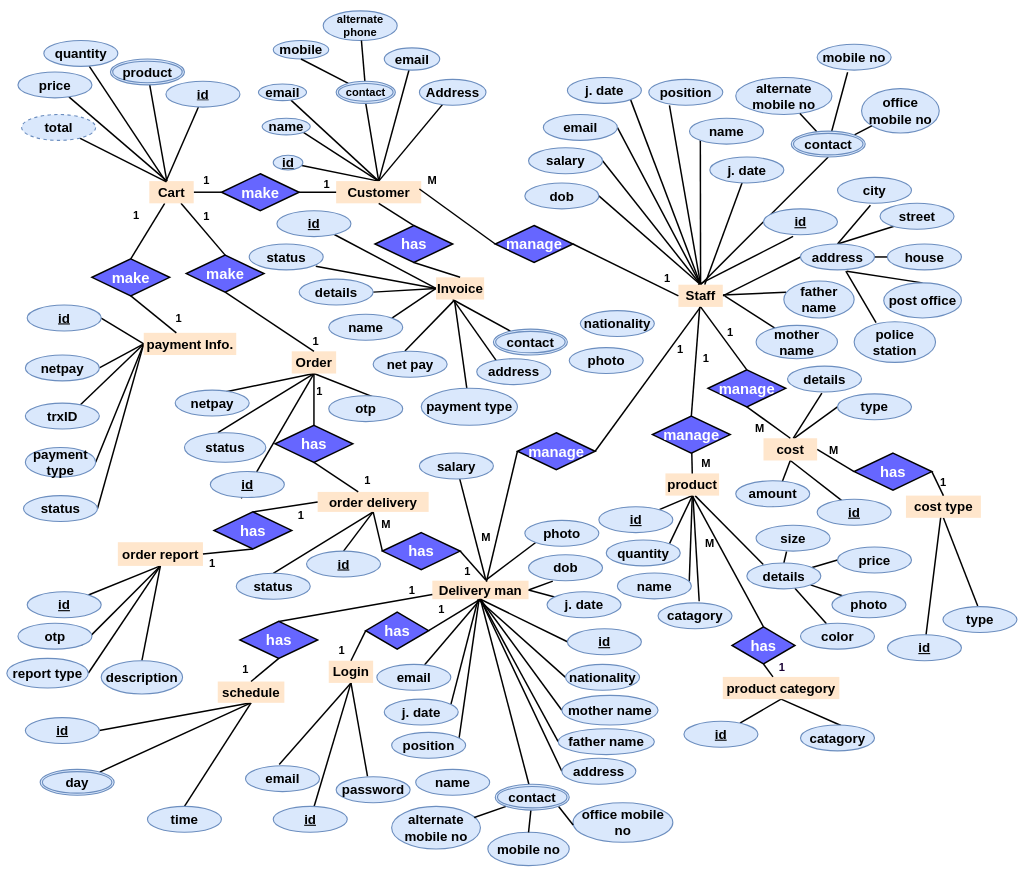
Earlier version of the draw.io diagram erd of update sms.drawio (prashanta1542/default). Source tidied: cells renumbered, new cells numbered last; positions are measured from the earlier drawing's top-left corner, leaving out a move shared by most shapes. Both pictures are drawn from the tidied source at 37%, with x=0, y=0 at pixel (7, 11).
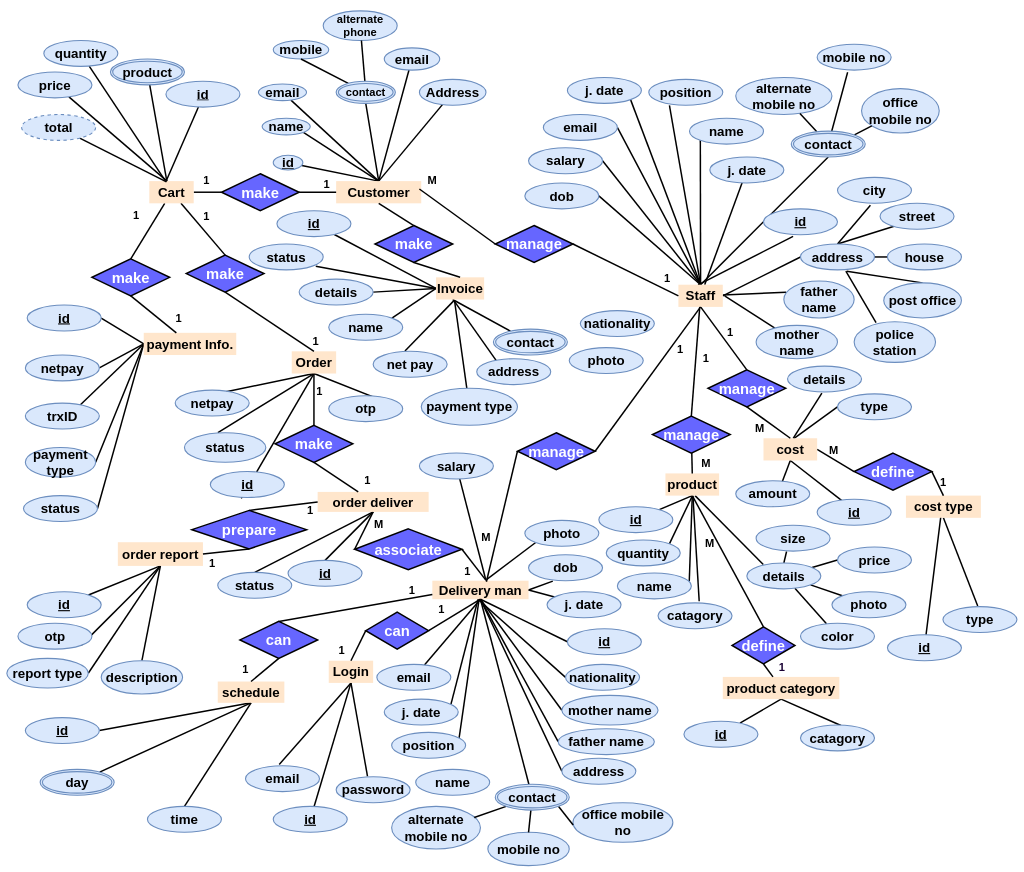
The same page after the edit.

What changed in the source:
```diff
@@
-    <mxCell id="94" value="&lt;h1&gt;&lt;font style=&quot;font-size: 36px;&quot;&gt;order delivery&lt;/font&gt;&lt;/h1&gt;" style="rounded=0;whiteSpace=wrap;html=1;strokeWidth=3;fillColor=#ffe6cc;strokeColor=none;" parent="1" vertex="1">
+    <mxCell id="94" value="&lt;h1&gt;&lt;font style=&quot;font-size: 36px;&quot;&gt;order deliver&lt;/font&gt;&lt;/h1&gt;" style="rounded=0;whiteSpace=wrap;html=1;strokeWidth=3;fillColor=#ffe6cc;strokeColor=none;" parent="1" vertex="1">
       <mxGeometry x="840" y="1300" width="300" height="54" as="geometry" />
     </mxCell>
@@
     <mxCell id="99" value="&lt;h1 style=&quot;font-size: 36px;&quot;&gt;&lt;u style=&quot;font-size: 36px;&quot;&gt;id&lt;/u&gt;&lt;/h1&gt;" style="ellipse;whiteSpace=wrap;html=1;rounded=0;strokeColor=#6c8ebf;strokeWidth=3;fontFamily=Helvetica;fontSize=36;fillColor=#dae8fc;" parent="1" vertex="1">
-      <mxGeometry x="810" y="1460" width="200" height="70" as="geometry" />
+      <mxGeometry x="760" y="1485" width="200" height="70" as="geometry" />
     </mxCell>
     <mxCell id="100" value="&lt;h1 style=&quot;font-size: 36px;&quot;&gt;status&lt;/h1&gt;" style="ellipse;whiteSpace=wrap;html=1;rounded=0;strokeColor=#6c8ebf;strokeWidth=3;fontFamily=Helvetica;fontSize=36;fillColor=#dae8fc;" parent="1" vertex="1">
-      <mxGeometry x="620" y="1520" width="200" height="70" as="geometry" />
+      <mxGeometry x="570" y="1517.5" width="200" height="70" as="geometry" />
     </mxCell>
@@
-    <mxCell id="249" value="&lt;span style=&quot;font-size: 40px;&quot;&gt;&lt;b&gt;has&lt;/b&gt;&lt;/span&gt;" style="rhombus;whiteSpace=wrap;html=1;strokeWidth=4;labelBackgroundColor=none;endArrow=none;fontSize=11;rounded=0;endFill=0;fillColor=#6666FF;fontColor=#FFFFFF;" parent="1" vertex="1">
+    <mxCell id="249" value="&lt;span style=&quot;font-size: 40px;&quot;&gt;&lt;b&gt;make&lt;/b&gt;&lt;/span&gt;" style="rhombus;whiteSpace=wrap;html=1;strokeWidth=4;labelBackgroundColor=none;endArrow=none;fontSize=11;rounded=0;endFill=0;fillColor=#6666FF;fontColor=#FFFFFF;" parent="1" vertex="1">
       <mxGeometry x="725" y="1120" width="210" height="100" as="geometry" />
     </mxCell>
@@
-    <mxCell id="258" value="&lt;font style=&quot;font-size: 40px;&quot;&gt;&lt;b&gt;has&lt;/b&gt;&lt;/font&gt;" style="rhombus;whiteSpace=wrap;html=1;strokeWidth=4;labelBackgroundColor=none;endArrow=none;fontSize=11;rounded=0;endFill=0;fillColor=#6666FF;fontColor=#FFFFFF;" parent="1" vertex="1">
-      <mxGeometry x="560" y="1354" width="210" height="100" as="geometry" />
+    <mxCell id="258" value="&lt;font style=&quot;font-size: 40px;&quot;&gt;&lt;b&gt;prepare&lt;/b&gt;&lt;/font&gt;" style="rhombus;whiteSpace=wrap;html=1;strokeWidth=4;labelBackgroundColor=none;endArrow=none;fontSize=11;rounded=0;endFill=0;fillColor=#6666FF;fontColor=#FFFFFF;" parent="1" vertex="1">
+      <mxGeometry x="500" y="1350" width="310" height="104" as="geometry" />
     </mxCell>
     <mxCell id="259" value="&lt;h1&gt;&lt;font style=&quot;font-size: 30px;&quot;&gt;1&lt;/font&gt;&lt;/h1&gt;" style="text;html=1;strokeColor=none;fillColor=none;align=center;verticalAlign=middle;whiteSpace=wrap;rounded=0;" parent="1" vertex="1">
-      <mxGeometry x="760" y="1315" width="70" height="95" as="geometry" />
+      <mxGeometry x="785" y="1300" width="70" height="95" as="geometry" />
     </mxCell>
@@
-    <mxCell id="263" value="&lt;font style=&quot;font-size: 40px;&quot;&gt;&lt;b&gt;has&lt;/b&gt;&lt;/font&gt;" style="rhombus;whiteSpace=wrap;html=1;strokeWidth=4;labelBackgroundColor=none;endArrow=none;fontSize=11;rounded=0;endFill=0;fillColor=#6666FF;fontColor=#FFFFFF;" parent="1" vertex="1">
+    <mxCell id="263" value="&lt;font style=&quot;font-size: 40px;&quot;&gt;&lt;b&gt;can&lt;/b&gt;&lt;/font&gt;" style="rhombus;whiteSpace=wrap;html=1;strokeWidth=4;labelBackgroundColor=none;endArrow=none;fontSize=11;rounded=0;endFill=0;fillColor=#6666FF;fontColor=#FFFFFF;" parent="1" vertex="1">
       <mxGeometry x="630" y="1650" width="210" height="100" as="geometry" />
     </mxCell>
@@
-    <mxCell id="266" value="&lt;font style=&quot;font-size: 40px;&quot;&gt;&lt;b&gt;has&lt;/b&gt;&lt;/font&gt;" style="rhombus;whiteSpace=wrap;html=1;strokeWidth=4;labelBackgroundColor=none;endArrow=none;fontSize=11;rounded=0;endFill=0;fillColor=#6666FF;fontColor=#FFFFFF;" parent="1" vertex="1">
+    <mxCell id="266" value="&lt;font style=&quot;font-size: 40px;&quot;&gt;&lt;b&gt;can&lt;/b&gt;&lt;/font&gt;" style="rhombus;whiteSpace=wrap;html=1;strokeWidth=4;labelBackgroundColor=none;endArrow=none;fontSize=11;rounded=0;endFill=0;fillColor=#6666FF;fontColor=#FFFFFF;" parent="1" vertex="1">
       <mxGeometry x="970" y="1625" width="170" height="100" as="geometry" />
     </mxCell>
@@
-    <mxCell id="272" value="&lt;font style=&quot;font-size: 40px;&quot;&gt;&lt;b&gt;has&lt;/b&gt;&lt;/font&gt;" style="rhombus;whiteSpace=wrap;html=1;strokeWidth=4;labelBackgroundColor=none;endArrow=none;fontSize=11;rounded=0;endFill=0;fillColor=#6666FF;fontColor=#FFFFFF;" parent="1" vertex="1">
+    <mxCell id="272" value="&lt;span style=&quot;font-size: 40px;&quot;&gt;&lt;b&gt;define&lt;/b&gt;&lt;/span&gt;" style="rhombus;whiteSpace=wrap;html=1;strokeWidth=4;labelBackgroundColor=none;endArrow=none;fontSize=11;rounded=0;endFill=0;fillColor=#6666FF;fontColor=#FFFFFF;" parent="1" vertex="1">
       <mxGeometry x="1960" y="1665" width="170" height="100" as="geometry" />
     </mxCell>
@@
-    <mxCell id="276" value="&lt;font style=&quot;font-size: 40px;&quot;&gt;&lt;b&gt;has&lt;/b&gt;&lt;/font&gt;" style="rhombus;whiteSpace=wrap;html=1;strokeWidth=4;labelBackgroundColor=none;endArrow=none;fontSize=11;rounded=0;endFill=0;fillColor=#6666FF;fontColor=#FFFFFF;" parent="1" vertex="1">
+    <mxCell id="276" value="&lt;font style=&quot;font-size: 40px;&quot;&gt;&lt;b&gt;define&lt;/b&gt;&lt;/font&gt;" style="rhombus;whiteSpace=wrap;html=1;strokeWidth=4;labelBackgroundColor=none;endArrow=none;fontSize=11;rounded=0;endFill=0;fillColor=#6666FF;fontColor=#FFFFFF;" parent="1" vertex="1">
       <mxGeometry x="2290" y="1195" width="210" height="100" as="geometry" />
     </mxCell>
@@
-    <mxCell id="280" value="&lt;font style=&quot;font-size: 40px;&quot;&gt;&lt;b&gt;has&lt;/b&gt;&lt;/font&gt;" style="rhombus;whiteSpace=wrap;html=1;strokeWidth=4;labelBackgroundColor=none;endArrow=none;fontSize=11;rounded=0;endFill=0;fillColor=#6666FF;fontColor=#FFFFFF;" parent="1" vertex="1">
-      <mxGeometry x="1015" y="1410" width="210" height="100" as="geometry" />
+    <mxCell id="280" value="&lt;font style=&quot;font-size: 40px;&quot;&gt;&lt;b&gt;associate&lt;/b&gt;&lt;/font&gt;" style="rhombus;whiteSpace=wrap;html=1;strokeWidth=4;labelBackgroundColor=none;endArrow=none;fontSize=11;rounded=0;endFill=0;fillColor=#6666FF;fontColor=#FFFFFF;" parent="1" vertex="1">
+      <mxGeometry x="940" y="1400" width="290" height="110" as="geometry" />
     </mxCell>
@@
     <mxCell id="282" value="&lt;h1&gt;&lt;font style=&quot;font-size: 30px;&quot;&gt;M&lt;/font&gt;&lt;/h1&gt;" style="text;html=1;strokeColor=none;fillColor=none;align=center;verticalAlign=middle;whiteSpace=wrap;rounded=0;" parent="1" vertex="1">
-      <mxGeometry x="990" y="1340" width="70" height="95" as="geometry" />
+      <mxGeometry x="970" y="1340" width="70" height="95" as="geometry" />
     </mxCell>
@@
-    <mxCell id="285" value="&lt;span style=&quot;font-size: 40px;&quot;&gt;&lt;b&gt;has&lt;/b&gt;&lt;/span&gt;" style="rhombus;whiteSpace=wrap;html=1;strokeWidth=4;labelBackgroundColor=none;endArrow=none;fontSize=11;rounded=0;endFill=0;fillColor=#6666FF;fontColor=#FFFFFF;" parent="1" vertex="1">
+    <mxCell id="285" value="&lt;span style=&quot;font-size: 40px;&quot;&gt;&lt;b&gt;make&lt;/b&gt;&lt;/span&gt;" style="rhombus;whiteSpace=wrap;html=1;strokeWidth=4;labelBackgroundColor=none;endArrow=none;fontSize=11;rounded=0;endFill=0;fillColor=#6666FF;fontColor=#FFFFFF;" parent="1" vertex="1">
       <mxGeometry x="995" y="580" width="210" height="100" as="geometry" />
     </mxCell>
```
